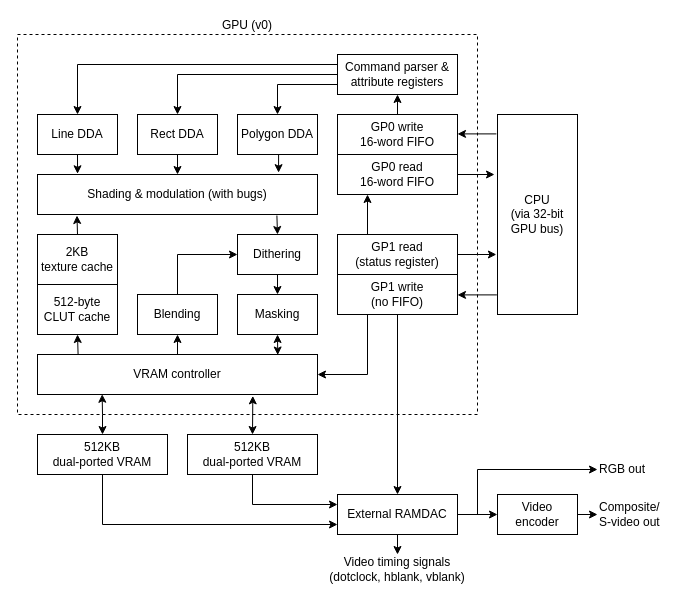
Above: page "gpu-v0" (2 of 7) of tools/diagrams/ps1-blocks.drawio in psx-spx/psx-spx.github.io (draw.io), before the change. Source tidied: cells renumbered, new cells numbered last; positions are measured from the earlier drawing's top-left corner, leaving out a move shared by most shapes. Both pictures are drawn from the tidied source at 100%, with x=0, y=0 at pixel (17, 34).
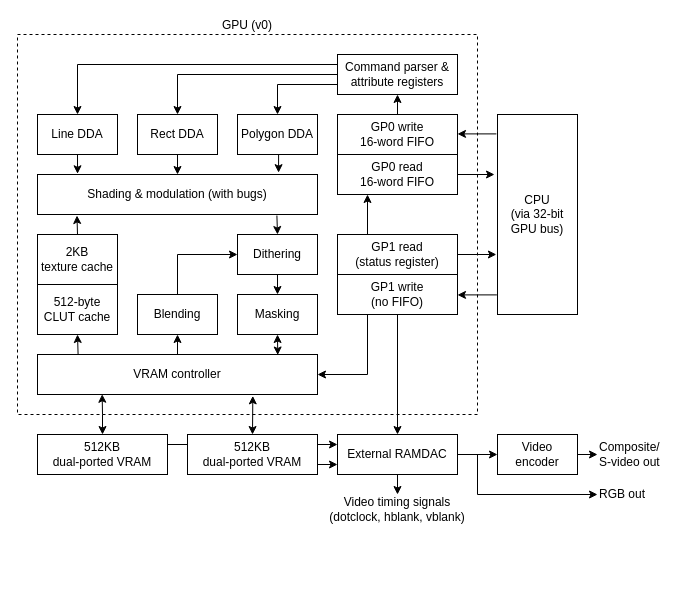
The same page after the edit.

Commit message (it also covers changes not shown here):
Block diagrams: smaller v0 GPU; figures: keep an indented image line's indent

The change refers to these unchanged cells:
```xml
<mxCell id="20" value="&lt;div&gt;512KB&lt;/div&gt;&lt;div&gt;dual-ported VRAM&lt;/div&gt;" style="rounded=0;whiteSpace=wrap;html=1;" parent="1" vertex="1">
  <mxGeometry x="20" y="400" width="130" height="40" as="geometry" />
</mxCell>
<mxCell id="51" value="&lt;div&gt;512KB&lt;/div&gt;&lt;div&gt;dual-ported VRAM&lt;/div&gt;" style="rounded=0;whiteSpace=wrap;html=1;" parent="1" vertex="1">
  <mxGeometry x="170" y="400" width="130" height="40" as="geometry" />
</mxCell>
```

Diff of the diagram source:
```diff
@@
     <mxCell id="14" style="edgeStyle=orthogonalEdgeStyle;rounded=0;jettySize=auto;html=1;exitX=1;exitY=0.5;exitDx=0;exitDy=0;entryX=0;entryY=0.5;entryDx=0;entryDy=0;" parent="1" edge="1" source="15" target="48">
       <mxGeometry relative="1" as="geometry">
         <Array as="points">
-          <mxPoint x="460" y="480" />
-          <mxPoint x="460" y="435" />
+          <mxPoint x="460" y="420" />
+          <mxPoint x="460" y="460" />
         </Array>
       </mxGeometry>
     </mxCell>
     <mxCell id="15" value="External RAMDAC" style="rounded=0;whiteSpace=wrap;html=1;" parent="1" vertex="1">
-      <mxGeometry x="320" y="460" width="120" height="40" as="geometry" />
+      <mxGeometry x="320" y="400" width="120" height="40" as="geometry" />
     </mxCell>
@@
-    <mxCell id="19" style="edgeStyle=orthogonalEdgeStyle;rounded=0;jettySize=auto;html=1;exitX=0.5;exitY=1;exitDx=0;exitDy=0;entryX=0;entryY=0.75;entryDx=0;entryDy=0;" parent="1" edge="1" source="20" target="15">
+    <mxCell id="19" style="edgeStyle=orthogonalEdgeStyle;rounded=0;jettySize=auto;html=1;exitX=1;exitY=0.25;exitDx=0;exitDy=0;entryX=0;entryY=0.25;entryDx=0;entryDy=0;" parent="1" edge="1" source="20" target="15">
       <mxGeometry relative="1" as="geometry" />
     </mxCell>
@@
     <mxCell id="46" value="&lt;div&gt;Video&lt;/div&gt;&lt;div&gt;encoder&lt;/div&gt;" style="rounded=0;whiteSpace=wrap;html=1;" parent="1" vertex="1">
-      <mxGeometry x="480" y="460" width="80" height="40" as="geometry" />
+      <mxGeometry x="480" y="400" width="80" height="40" as="geometry" />
     </mxCell>
     <mxCell id="47" value="&lt;div&gt;Video timing signals&lt;/div&gt;&lt;div&gt;(dotclock, hblank, vblank)&lt;/div&gt;" style="text;html=1;whiteSpace=wrap;strokeColor=none;fillColor=none;align=center;verticalAlign=middle;rounded=0;" parent="1" vertex="1">
-      <mxGeometry x="310" y="520" width="140" height="30" as="geometry" />
+      <mxGeometry x="310" y="460" width="140" height="30" as="geometry" />
     </mxCell>
     <mxCell id="48" value="RGB out" style="text;html=1;whiteSpace=wrap;strokeColor=none;fillColor=none;align=left;verticalAlign=middle;rounded=0;" parent="1" vertex="1">
-      <mxGeometry x="580" y="420" width="60" height="30" as="geometry" />
+      <mxGeometry x="580" y="450" width="50" height="20" as="geometry" />
     </mxCell>
     <mxCell id="49" value="&lt;div&gt;Composite/&lt;/div&gt;&lt;div&gt;S-video out&lt;/div&gt;" style="text;html=1;whiteSpace=wrap;strokeColor=none;fillColor=none;align=left;verticalAlign=middle;rounded=0;" parent="1" vertex="1">
-      <mxGeometry x="580" y="465" width="70" height="30" as="geometry" />
+      <mxGeometry x="580" y="405" width="70" height="30" as="geometry" />
     </mxCell>
-    <mxCell id="50" style="edgeStyle=orthogonalEdgeStyle;rounded=0;jettySize=auto;html=1;exitX=0.5;exitY=1;exitDx=0;exitDy=0;entryX=0;entryY=0.25;entryDx=0;entryDy=0;" parent="1" edge="1" source="51" target="15">
+    <mxCell id="50" style="edgeStyle=orthogonalEdgeStyle;rounded=0;jettySize=auto;html=1;exitX=1;exitY=0.75;exitDx=0;exitDy=0;entryX=0;entryY=0.75;entryDx=0;entryDy=0;" parent="1" edge="1" source="51" target="15">
       <mxGeometry relative="1" as="geometry" />
     </mxCell>
```
